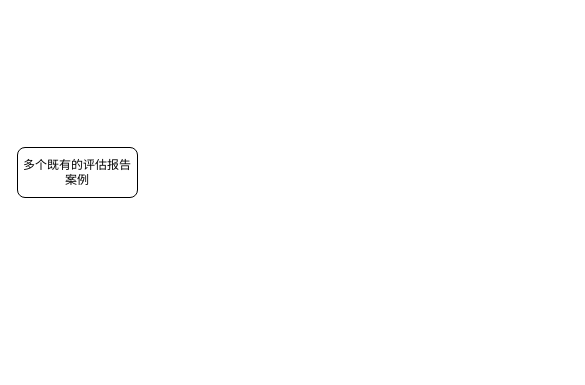
Above: 人工智能水土保持方案编制.drawio in gaochaowyq/MinderGraph (draw.io), before the change. Source tidied: cells renumbered, new cells numbered last; positions are measured from the earlier drawing's top-left corner, leaving out a move shared by most shapes. Both pictures are drawn from the tidied source at 100%, with x=0, y=0 at pixel (17, 147).
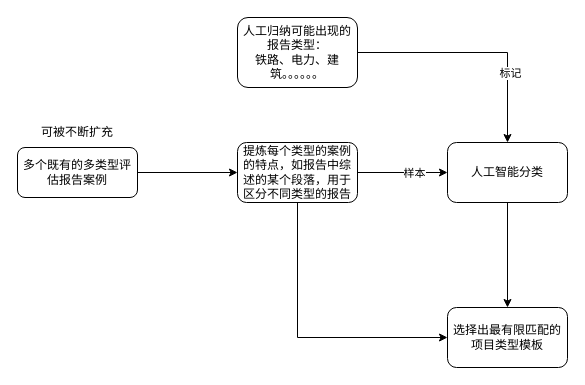
The same diagram, later.

Commit message (it also covers changes not shown here):
更新人工智能水土保持方案编制.drawio

Change to the diagram source:
```diff
@@
 <mxGraphModel>
   <root>
     <mxCell id="0" />
     <mxCell id="1" parent="0" />
+    <mxCell id="3" style="edgeStyle=orthogonalEdgeStyle;rounded=0;jettySize=auto;html=1;" parent="1" edge="1" source="2" target="7">
+      <mxGeometry relative="1" as="geometry" />
+    </mxCell>
-    <mxCell id="2" value="多个既有的评估报告案例" style="rounded=1;whiteSpace=wrap;html=1;" parent="1" vertex="1">
+    <mxCell id="2" value="多个既有的多类型评估报告案例" style="rounded=1;whiteSpace=wrap;html=1;" parent="1" vertex="1">
       <mxGeometry width="120" height="50" as="geometry" />
     </mxCell>
+    <mxCell id="4" style="edgeStyle=orthogonalEdgeStyle;rounded=0;jettySize=auto;html=1;" parent="1" edge="1" source="7" target="13">
+      <mxGeometry relative="1" as="geometry" />
+    </mxCell>
+    <mxCell id="5" value="样本" style="edgeLabel;html=1;align=center;verticalAlign=middle;" parent="4" vertex="1">
+      <mxGeometry x="0.24" relative="1" as="geometry" />
+    </mxCell>
+    <mxCell id="6" style="edgeStyle=orthogonalEdgeStyle;rounded=0;jettySize=auto;html=1;entryX=0;entryY=0.5;entryDx=0;entryDy=0;exitX=0.5;exitY=1;exitDx=0;exitDy=0;" parent="1" edge="1" source="7" target="14">
+      <mxGeometry relative="1" as="geometry" />
+    </mxCell>
+    <mxCell id="7" value="提炼每个类型的案例的特点，如报告中综述的某个段落，用于区分不同类型的报告" style="rounded=1;whiteSpace=wrap;html=1;" parent="1" vertex="1">
+      <mxGeometry x="220" y="-5" width="120" height="60" as="geometry" />
+    </mxCell>
+    <mxCell id="8" style="edgeStyle=orthogonalEdgeStyle;rounded=0;jettySize=auto;html=1;" parent="1" edge="1" source="10" target="13">
+      <mxGeometry relative="1" as="geometry" />
+    </mxCell>
+    <mxCell id="9" value="标记" style="edgeLabel;html=1;align=center;verticalAlign=middle;" parent="8" vertex="1">
+      <mxGeometry x="0.42" y="2" relative="1" as="geometry" />
+    </mxCell>
+    <mxCell id="10" value="&lt;div&gt;人工归纳可能出现的报告类型：&lt;/div&gt;&lt;div&gt;铁路、电力、建筑。。。。。。&lt;br&gt;&lt;/div&gt;" style="rounded=1;whiteSpace=wrap;html=1;" parent="1" vertex="1">
+      <mxGeometry x="220" y="-130" width="120" height="70" as="geometry" />
+    </mxCell>
+    <mxCell id="11" value="可被不断扩充" style="text;html=1;strokeColor=none;fillColor=none;align=center;verticalAlign=middle;whiteSpace=wrap;rounded=0;" parent="1" vertex="1">
+      <mxGeometry y="-30" width="120" height="30" as="geometry" />
+    </mxCell>
+    <mxCell id="12" style="edgeStyle=orthogonalEdgeStyle;rounded=0;jettySize=auto;html=1;" parent="1" edge="1" source="13" target="14">
+      <mxGeometry relative="1" as="geometry" />
+    </mxCell>
+    <mxCell id="13" value="人工智能分类" style="rounded=1;whiteSpace=wrap;html=1;" parent="1" vertex="1">
+      <mxGeometry x="430" y="-5" width="120" height="60" as="geometry" />
+    </mxCell>
+    <mxCell id="14" value="选择出最有限匹配的项目类型模板" style="rounded=1;whiteSpace=wrap;html=1;" parent="1" vertex="1">
+      <mxGeometry x="430" y="160" width="120" height="60" as="geometry" />
+    </mxCell>
   </root>
 </mxGraphModel>
```
